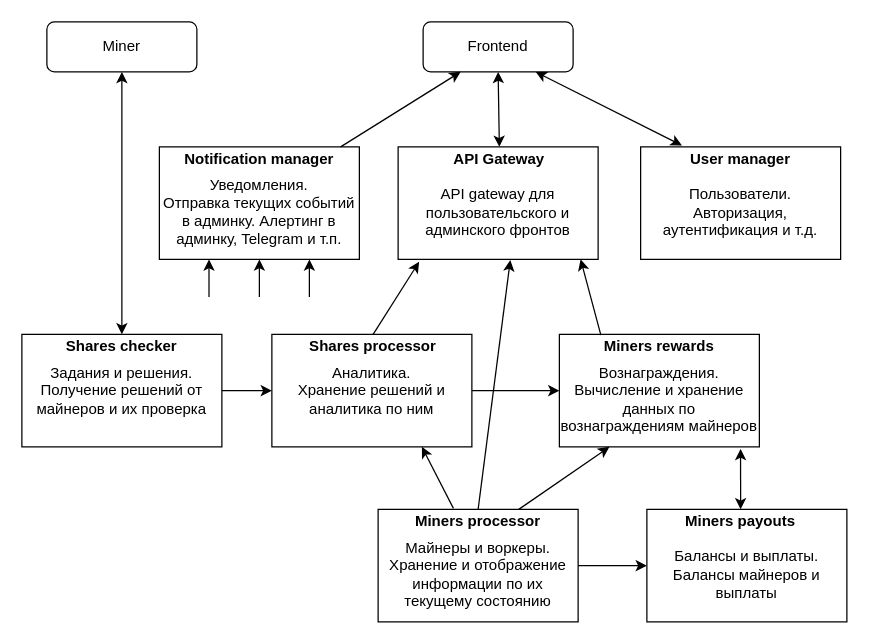
The draw.io diagram page "General scheme" (1 of 11) of tzpool.drawio in dnsoftware/mpm-structure, before the edit. Source tidied: cells renumbered, new cells numbered last; positions are measured from the earlier drawing's top-left corner, leaving out a move shared by most shapes. Both pictures are drawn from the tidied source at 125%, with x=0, y=0 at pixel (21, 21).
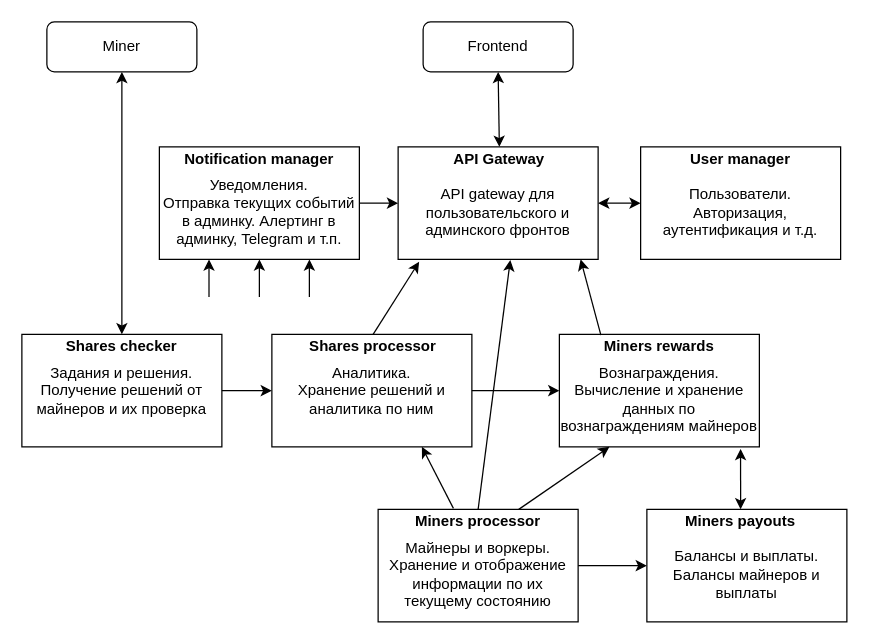
After the change.

Unchanged cells that the change refers to:
```xml
<mxCell id="7" value="&lt;div&gt;&lt;br&gt;&lt;/div&gt;&lt;div&gt;Уведомления.&lt;/div&gt;&lt;div&gt;Отправка текущих событий в админку. Алертинг в админку, Telegram и т.п.&lt;br&gt;&lt;/div&gt;" style="rounded=0;whiteSpace=wrap;html=1;" parent="1" vertex="1">
  <mxGeometry x="110" y="100" width="160" height="90" as="geometry" />
</mxCell>
<mxCell id="8" value="&lt;div&gt;&lt;br&gt;&lt;/div&gt;&lt;div&gt;Пользователи.&lt;/div&gt;&lt;div&gt;Авторизация, аутентификация и т.д.&lt;br&gt;&lt;/div&gt;" style="rounded=0;whiteSpace=wrap;html=1;" parent="1" vertex="1">
  <mxGeometry x="495" y="100" width="160" height="90" as="geometry" />
</mxCell>
<mxCell id="9" value="&lt;div&gt;&lt;br&gt;&lt;/div&gt;&lt;div&gt;API gateway для пользовательского и админского фронтов&lt;br&gt;&lt;/div&gt;" style="rounded=0;whiteSpace=wrap;html=1;" parent="1" vertex="1">
  <mxGeometry x="301" y="100" width="160" height="90" as="geometry" />
</mxCell>
<mxCell id="15" value="&lt;b&gt;Notification manager&lt;/b&gt;" style="text;html=1;align=center;verticalAlign=middle;whiteSpace=wrap;rounded=0;text-color:#f00;" parent="1" vertex="1">
  <mxGeometry x="125" y="100" width="130" height="20" as="geometry" />
</mxCell>
<mxCell id="16" value="&lt;b&gt;User manager&lt;/b&gt;" style="text;html=1;align=center;verticalAlign=middle;whiteSpace=wrap;rounded=0;text-color:#f00;" parent="1" vertex="1">
  <mxGeometry x="510" y="100" width="130" height="20" as="geometry" />
</mxCell>
<mxCell id="18" value="Frontend" style="rounded=1;whiteSpace=wrap;html=1;" parent="1" vertex="1">
  <mxGeometry x="321" width="120" height="40" as="geometry" />
</mxCell>
```

The edit, as a diff of the source:
```diff
@@
-    <mxCell id="31" style="endArrow=classic;html=1;rounded=0;exitX=1;exitY=0;exitDx=0;exitDy=0;entryX=0.25;entryY=1;entryDx=0;entryDy=0;" parent="1" edge="1" source="15" target="18">
+    <mxCell id="31" style="endArrow=classic;html=1;rounded=0;exitX=1;exitY=0.5;exitDx=0;exitDy=0;entryX=0;entryY=0.5;entryDx=0;entryDy=0;" parent="1" edge="1" source="7" target="9">
       <mxGeometry relative="1" as="geometry" />
     </mxCell>
@@
-    <mxCell id="35" style="endArrow=classic;startArrow=classic;html=1;rounded=0;entryX=0.75;entryY=1;entryDx=0;entryDy=0;exitX=0.139;exitY=-0.059;exitDx=0;exitDy=0;exitPerimeter=0;" parent="1" edge="1" source="16" target="18">
+    <mxCell id="35" style="endArrow=classic;startArrow=classic;html=1;rounded=0;entryX=1;entryY=0.5;entryDx=0;entryDy=0;exitX=0;exitY=0.5;exitDx=0;exitDy=0;" parent="1" edge="1" source="8" target="9">
       <mxGeometry relative="1" as="geometry" />
     </mxCell>
```
